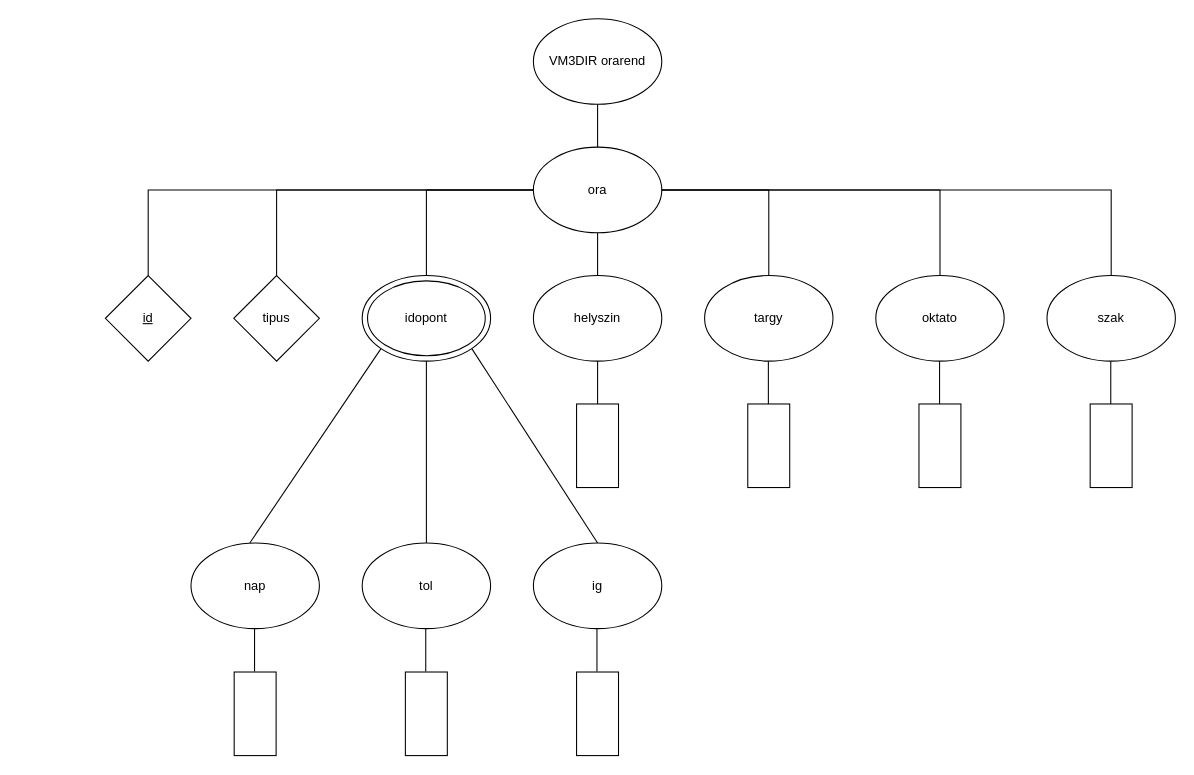
Above: VM3DIR_0917/VM3DIR.orarendXDM.drawio in vaydominika/VM3DIRWebXML (draw.io), before the change. Source tidied: cells renumbered, new cells numbered last; positions are measured from the earlier drawing's top-left corner, leaving out a move shared by most shapes. Both pictures are drawn from the tidied source at 107%, with x=0, y=0 at pixel (105, 18).
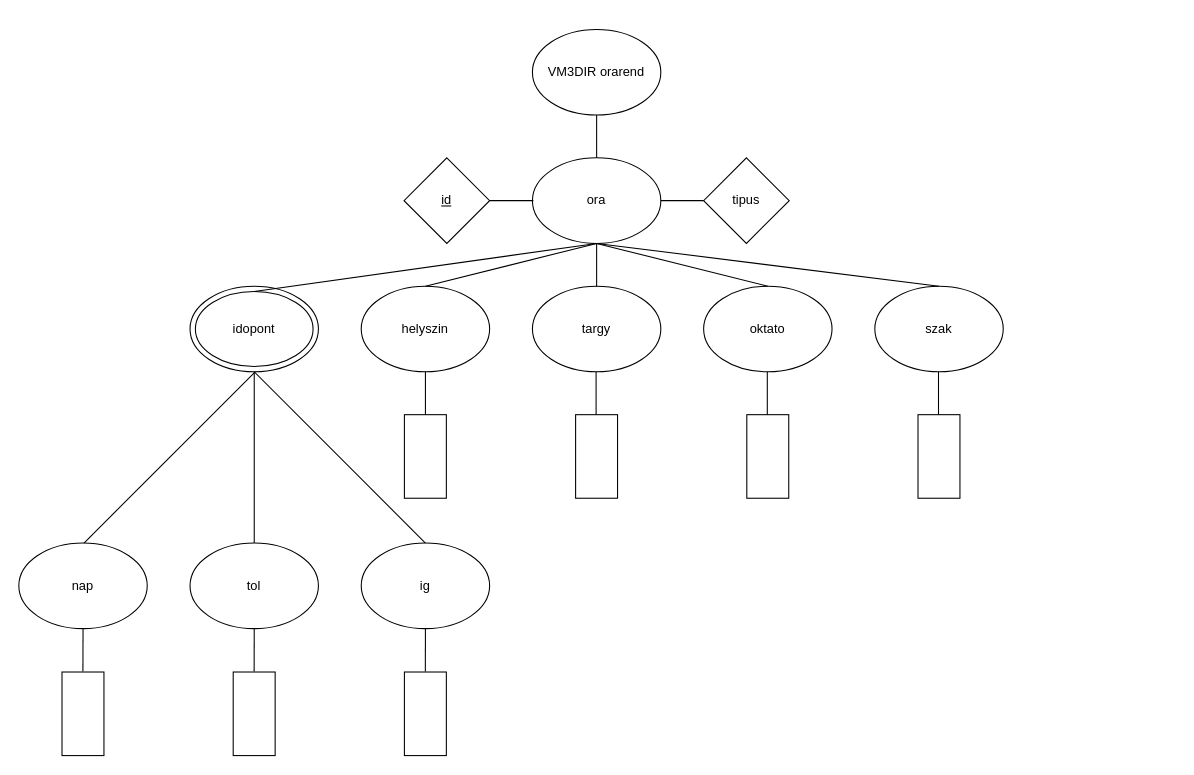
After the change.

What changed in the source:
```diff
@@
     <mxCell id="2" value="VM3DIR orarend" style="ellipse;whiteSpace=wrap;html=1;" parent="1" vertex="1">
-      <mxGeometry x="400" width="120" height="80" as="geometry" />
+      <mxGeometry x="399.1" y="10" width="120" height="80" as="geometry" />
     </mxCell>
     <mxCell id="3" value="ora" style="ellipse;whiteSpace=wrap;html=1;" parent="1" vertex="1">
-      <mxGeometry x="400" y="120" width="120" height="80" as="geometry" />
+      <mxGeometry x="399.1" y="130" width="120" height="80" as="geometry" />
     </mxCell>
-    <mxCell id="4" value="&lt;u&gt;id&lt;/u&gt;" style="rhombus;whiteSpace=wrap;html=1;" parent="1" vertex="1">
-      <mxGeometry y="240" width="80" height="80" as="geometry" />
-    </mxCell>
-    <mxCell id="5" value="tipus" style="rhombus;whiteSpace=wrap;html=1;" parent="1" vertex="1">
-      <mxGeometry x="120" y="240" width="80" height="80" as="geometry" />
-    </mxCell>
     <mxCell id="6" style="ellipse;whiteSpace=wrap;html=1;" parent="1" vertex="1">
-      <mxGeometry x="240" y="240" width="120" height="80" as="geometry" />
+      <mxGeometry x="79.1" y="250" width="120" height="80" as="geometry" />
     </mxCell>
     <mxCell id="7" value="helyszin" style="ellipse;whiteSpace=wrap;html=1;" parent="1" vertex="1">
-      <mxGeometry x="400" y="240" width="120" height="80" as="geometry" />
+      <mxGeometry x="239.1" y="250" width="120" height="80" as="geometry" />
     </mxCell>
     <mxCell id="8" value="szak" style="ellipse;whiteSpace=wrap;html=1;" parent="1" vertex="1">
-      <mxGeometry x="880" y="240" width="120" height="80" as="geometry" />
+      <mxGeometry x="719.1" y="250" width="120" height="80" as="geometry" />
     </mxCell>
     <mxCell id="9" value="oktato" style="ellipse;whiteSpace=wrap;html=1;" parent="1" vertex="1">
-      <mxGeometry x="720" y="240" width="120" height="80" as="geometry" />
+      <mxGeometry x="559.1" y="250" width="120" height="80" as="geometry" />
     </mxCell>
     <mxCell id="10" value="targy" style="ellipse;whiteSpace=wrap;html=1;" parent="1" vertex="1">
-      <mxGeometry x="560" y="240" width="120" height="80" as="geometry" />
+      <mxGeometry x="399.1" y="250" width="120" height="80" as="geometry" />
     </mxCell>
     <mxCell id="11" value="idopont" style="ellipse;whiteSpace=wrap;html=1;" parent="1" vertex="1">
-      <mxGeometry x="245" y="245" width="110" height="70" as="geometry" />
+      <mxGeometry x="84.1" y="255" width="110" height="70" as="geometry" />
     </mxCell>
     <mxCell id="12" style="rounded=0;whiteSpace=wrap;html=1;rotation=-90;" parent="1" vertex="1">
-      <mxGeometry x="740.9" y="379.5" width="78.1" height="39.2" as="geometry" />
+      <mxGeometry x="580" y="389.5" width="78.1" height="39.2" as="geometry" />
     </mxCell>
     <mxCell id="13" style="rounded=0;whiteSpace=wrap;html=1;rotation=-90;" parent="1" vertex="1">
-      <mxGeometry x="580.9" y="379.5" width="78.1" height="39.2" as="geometry" />
+      <mxGeometry x="420" y="389.5" width="78.1" height="39.2" as="geometry" />
     </mxCell>
     <mxCell id="14" style="rounded=0;whiteSpace=wrap;html=1;rotation=-90;" parent="1" vertex="1">
-      <mxGeometry x="420.9" y="379.5" width="78.1" height="39.2" as="geometry" />
+      <mxGeometry x="260" y="389.5" width="78.1" height="39.2" as="geometry" />
     </mxCell>
     <mxCell id="15" style="rounded=0;whiteSpace=wrap;html=1;rotation=-90;" parent="1" vertex="1">
-      <mxGeometry x="900.9" y="379.5" width="78.1" height="39.2" as="geometry" />
+      <mxGeometry x="740" y="389.5" width="78.1" height="39.2" as="geometry" />
     </mxCell>
     <mxCell id="16" value="nap" style="ellipse;whiteSpace=wrap;html=1;" parent="1" vertex="1">
-      <mxGeometry x="80" y="490" width="120" height="80" as="geometry" />
+      <mxGeometry x="-80.9" y="490" width="120" height="80" as="geometry" />
     </mxCell>
     <mxCell id="17" value="tol" style="ellipse;whiteSpace=wrap;html=1;" parent="1" vertex="1">
-      <mxGeometry x="240" y="490" width="120" height="80" as="geometry" />
+      <mxGeometry x="79.1" y="490" width="120" height="80" as="geometry" />
     </mxCell>
     <mxCell id="18" value="ig" style="ellipse;whiteSpace=wrap;html=1;" parent="1" vertex="1">
-      <mxGeometry x="400" y="490" width="120" height="80" as="geometry" />
+      <mxGeometry x="239.1" y="490" width="120" height="80" as="geometry" />
     </mxCell>
-    <mxCell id="19" style="endArrow=none;html=1;rounded=0;entryX=0.5;entryY=1;entryDx=0;entryDy=0;exitX=0.5;exitY=0;exitDx=0;exitDy=0;" parent="1" edge="1" source="7" target="3">
+    <mxCell id="19" style="endArrow=none;html=1;rounded=0;exitX=0.5;exitY=0;exitDx=0;exitDy=0;entryX=0.5;entryY=1;entryDx=0;entryDy=0;" parent="1" edge="1" source="7" target="3">
       <mxGeometry relative="1" as="geometry" />
     </mxCell>
@@
     <mxCell id="21" style="endArrow=none;html=1;rounded=0;entryX=0.5;entryY=1;entryDx=0;entryDy=0;" parent="1" edge="1" target="7">
       <mxGeometry relative="1" as="geometry">
-        <mxPoint x="460" y="360" as="sourcePoint" />
+        <mxPoint x="299.1" y="370" as="sourcePoint" />
       </mxGeometry>
     </mxCell>
     <mxCell id="22" style="endArrow=none;html=1;rounded=0;entryX=0.5;entryY=1;entryDx=0;entryDy=0;" parent="1" edge="1">
       <mxGeometry relative="1" as="geometry">
-        <mxPoint x="619.6" y="360" as="sourcePoint" />
-        <mxPoint x="619.6" y="320" as="targetPoint" />
+        <mxPoint x="458.6" y="370" as="sourcePoint" />
+        <mxPoint x="458.6" y="330" as="targetPoint" />
       </mxGeometry>
     </mxCell>
     <mxCell id="23" style="endArrow=none;html=1;rounded=0;entryX=0.5;entryY=1;entryDx=0;entryDy=0;" parent="1" edge="1">
       <mxGeometry relative="1" as="geometry">
-        <mxPoint x="779.6" y="360" as="sourcePoint" />
-        <mxPoint x="779.6" y="320" as="targetPoint" />
+        <mxPoint x="618.6" y="370" as="sourcePoint" />
+        <mxPoint x="618.6" y="330" as="targetPoint" />
       </mxGeometry>
     </mxCell>
     <mxCell id="24" style="endArrow=none;html=1;rounded=0;entryX=0.5;entryY=1;entryDx=0;entryDy=0;" parent="1" edge="1">
       <mxGeometry relative="1" as="geometry">
-        <mxPoint x="939.6" y="360" as="sourcePoint" />
-        <mxPoint x="939.6" y="320" as="targetPoint" />
+        <mxPoint x="778.6" y="370" as="sourcePoint" />
+        <mxPoint x="778.6" y="330" as="targetPoint" />
       </mxGeometry>
     </mxCell>
-    <mxCell id="25" style="endArrow=none;html=1;rounded=0;exitX=1;exitY=0.5;exitDx=0;exitDy=0;entryX=0.5;entryY=0;entryDx=0;entryDy=0;" parent="1" edge="1" source="3" target="10">
-      <mxGeometry relative="1" as="geometry">
-        <Array as="points">
-          <mxPoint x="620" y="160" />
-        </Array>
-      </mxGeometry>
+    <mxCell id="25" style="endArrow=none;html=1;rounded=0;exitX=0.5;exitY=1;exitDx=0;exitDy=0;entryX=0.5;entryY=0;entryDx=0;entryDy=0;" parent="1" edge="1" source="3" target="10">
+      <mxGeometry relative="1" as="geometry" />
     </mxCell>
-    <mxCell id="26" style="endArrow=none;html=1;rounded=0;entryX=0;entryY=0.5;entryDx=0;entryDy=0;" parent="1" edge="1" target="3">
+    <mxCell id="26" style="endArrow=none;html=1;rounded=0;exitX=0.5;exitY=0;exitDx=0;exitDy=0;" parent="1" edge="1" source="11">
       <mxGeometry relative="1" as="geometry">
-        <mxPoint x="300" y="240" as="sourcePoint" />
-        <Array as="points">
-          <mxPoint x="300" y="160" />
-        </Array>
+        <mxPoint x="459" y="210" as="targetPoint" />
       </mxGeometry>
     </mxCell>
@@
-    <mxCell id="28" style="endArrow=none;html=1;rounded=0;exitX=0.458;exitY=0;exitDx=0;exitDy=0;exitPerimeter=0;entryX=0;entryY=1;entryDx=0;entryDy=0;" parent="1" edge="1" source="16" target="6">
-      <mxGeometry relative="1" as="geometry" />
+    <mxCell id="28" style="endArrow=none;html=1;rounded=0;" parent="1" edge="1">
+      <mxGeometry relative="1" as="geometry">
+        <mxPoint x="-20" y="490" as="sourcePoint" />
+        <mxPoint x="140" y="330" as="targetPoint" />
+      </mxGeometry>
     </mxCell>
-    <mxCell id="29" style="endArrow=none;html=1;rounded=0;exitX=0.5;exitY=0;exitDx=0;exitDy=0;entryX=1;entryY=1;entryDx=0;entryDy=0;" parent="1" edge="1" source="18" target="6">
+    <mxCell id="29" style="endArrow=none;html=1;rounded=0;exitX=0.5;exitY=0;exitDx=0;exitDy=0;entryX=0.5;entryY=1;entryDx=0;entryDy=0;" parent="1" edge="1" source="18" target="6">
       <mxGeometry relative="1" as="geometry" />
     </mxCell>
-    <mxCell id="30" style="endArrow=none;html=1;rounded=0;exitX=0.5;exitY=0;exitDx=0;exitDy=0;entryX=1;entryY=0.5;entryDx=0;entryDy=0;" parent="1" edge="1" source="9" target="3">
-      <mxGeometry relative="1" as="geometry">
-        <Array as="points">
-          <mxPoint x="780" y="160" />
-        </Array>
-      </mxGeometry>
+    <mxCell id="30" style="endArrow=none;html=1;rounded=0;exitX=0.5;exitY=0;exitDx=0;exitDy=0;entryX=0.5;entryY=1;entryDx=0;entryDy=0;" parent="1" edge="1" source="9" target="3">
+      <mxGeometry relative="1" as="geometry" />
     </mxCell>
-    <mxCell id="31" style="endArrow=none;html=1;rounded=0;exitX=0.5;exitY=0;exitDx=0;exitDy=0;entryX=1;entryY=0.5;entryDx=0;entryDy=0;" parent="1" edge="1" target="3">
-      <mxGeometry relative="1" as="geometry">
-        <mxPoint x="940" y="240" as="sourcePoint" />
-        <Array as="points">
-          <mxPoint x="940" y="160" />
-        </Array>
-      </mxGeometry>
+    <mxCell id="31" style="endArrow=none;html=1;rounded=0;exitX=0;exitY=0.5;exitDx=0;exitDy=0;entryX=1;entryY=0.5;entryDx=0;entryDy=0;startArrow=none;" parent="1" edge="1" source="5" target="3">
+      <mxGeometry relative="1" as="geometry" />
     </mxCell>
-    <mxCell id="32" style="endArrow=none;html=1;rounded=0;" parent="1" edge="1">
-      <mxGeometry relative="1" as="geometry">
-        <mxPoint x="160" y="240" as="sourcePoint" />
-        <mxPoint x="400" y="160" as="targetPoint" />
-        <Array as="points">
-          <mxPoint x="160" y="160" />
-        </Array>
-      </mxGeometry>
-    </mxCell>
-    <mxCell id="33" style="endArrow=none;html=1;rounded=0;" parent="1" edge="1">
+    <mxCell id="33" style="endArrow=none;html=1;rounded=0;startArrow=none;" parent="1" edge="1" source="4">
       <mxGeometry relative="1" as="geometry">
-        <mxPoint x="40" y="240" as="sourcePoint" />
-        <mxPoint x="400" y="160" as="targetPoint" />
-        <Array as="points">
-          <mxPoint x="40" y="160" />
-        </Array>
+        <mxPoint x="400" y="170" as="targetPoint" />
       </mxGeometry>
     </mxCell>
     <mxCell id="34" style="rounded=0;whiteSpace=wrap;html=1;rotation=-90;" parent="1" vertex="1">
-      <mxGeometry x="100.9" y="630" width="78.1" height="39.2" as="geometry" />
+      <mxGeometry x="-60" y="630" width="78.1" height="39.2" as="geometry" />
     </mxCell>
     <mxCell id="35" style="rounded=0;whiteSpace=wrap;html=1;rotation=-90;" parent="1" vertex="1">
-      <mxGeometry x="260.9" y="630" width="78.1" height="39.2" as="geometry" />
+      <mxGeometry x="100" y="630" width="78.1" height="39.2" as="geometry" />
     </mxCell>
     <mxCell id="36" style="rounded=0;whiteSpace=wrap;html=1;rotation=-90;" parent="1" vertex="1">
-      <mxGeometry x="420.9" y="630" width="78.1" height="39.2" as="geometry" />
+      <mxGeometry x="260" y="630" width="78.1" height="39.2" as="geometry" />
     </mxCell>
-    <mxCell id="37" style="endArrow=none;html=1;rounded=0;entryX=0.5;entryY=1;entryDx=0;entryDy=0;" parent="1" edge="1">
+    <mxCell id="37" style="endArrow=none;html=1;rounded=0;entryX=0.5;entryY=1;entryDx=0;entryDy=0;" parent="1" edge="1" target="16">
       <mxGeometry relative="1" as="geometry">
-        <mxPoint x="139.4" y="610" as="sourcePoint" />
-        <mxPoint x="139.4" y="570" as="targetPoint" />
+        <mxPoint x="-21" y="610" as="sourcePoint" />
       </mxGeometry>
     </mxCell>
-    <mxCell id="38" style="endArrow=none;html=1;rounded=0;entryX=0.5;entryY=1;entryDx=0;entryDy=0;" parent="1" edge="1">
+    <mxCell id="38" style="endArrow=none;html=1;rounded=0;entryX=0.5;entryY=1;entryDx=0;entryDy=0;" parent="1" edge="1" target="17">
       <mxGeometry relative="1" as="geometry">
-        <mxPoint x="299.4" y="610" as="sourcePoint" />
-        <mxPoint x="299.4" y="570" as="targetPoint" />
+        <mxPoint x="139" y="610" as="sourcePoint" />
       </mxGeometry>
     </mxCell>
-    <mxCell id="39" style="endArrow=none;html=1;rounded=0;entryX=0.5;entryY=1;entryDx=0;entryDy=0;" parent="1" edge="1">
+    <mxCell id="39" style="endArrow=none;html=1;rounded=0;entryX=0.5;entryY=1;entryDx=0;entryDy=0;" parent="1" edge="1" target="18">
       <mxGeometry relative="1" as="geometry">
-        <mxPoint x="459.4" y="610" as="sourcePoint" />
-        <mxPoint x="459.4" y="570" as="targetPoint" />
+        <mxPoint x="299" y="610" as="sourcePoint" />
       </mxGeometry>
     </mxCell>
+    <mxCell id="4" value="&lt;u&gt;id&lt;/u&gt;" style="rhombus;whiteSpace=wrap;html=1;" parent="1" vertex="1">
+      <mxGeometry x="279.1" y="130" width="80" height="80" as="geometry" />
+    </mxCell>
+    <mxCell id="40" style="endArrow=none;html=1;rounded=0;exitX=0.5;exitY=0;exitDx=0;exitDy=0;entryX=0.5;entryY=1;entryDx=0;entryDy=0;" parent="1" edge="1" source="8" target="3">
+      <mxGeometry relative="1" as="geometry" />
+    </mxCell>
+    <mxCell id="5" value="tipus" style="rhombus;whiteSpace=wrap;html=1;" parent="1" vertex="1">
+      <mxGeometry x="559.1" y="130" width="80" height="80" as="geometry" />
+    </mxCell>
```
